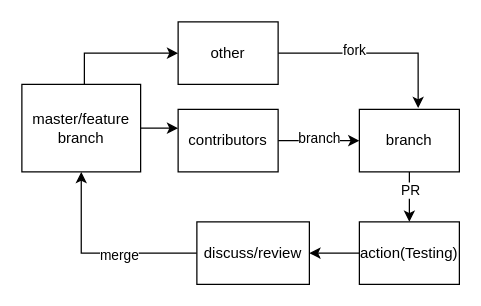
Before: git-flow.drawio in Dcell/drawio, a draw.io diagram. Source tidied: cells renumbered, new cells numbered last; positions are measured from the earlier drawing's top-left corner, leaving out a move shared by most shapes. Both pictures are drawn from the tidied source at 125%, with x=0, y=0 at pixel (21, 21).
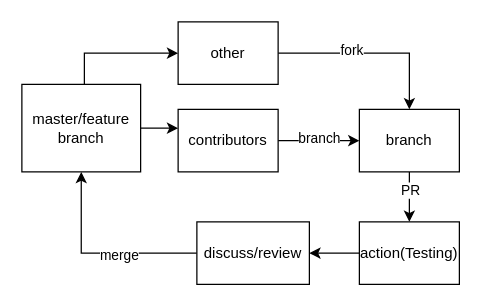
The same diagram, later.

Unchanged cells that the change refers to:
```xml
<mxCell id="7" value="other" style="rounded=0;whiteSpace=wrap;html=1;" parent="1" vertex="1">
  <mxGeometry x="125" width="80" height="50" as="geometry" />
</mxCell>
<mxCell id="13" value="branch" style="rounded=0;whiteSpace=wrap;html=1;" parent="1" vertex="1">
  <mxGeometry x="270" y="70" width="80" height="50" as="geometry" />
</mxCell>
```

What changed in the source:
```diff
@@
-    <mxCell id="5" style="edgeStyle=orthogonalEdgeStyle;rounded=0;jettySize=auto;html=1;entryX=0.588;entryY=-0.02;entryDx=0;entryDy=0;entryPerimeter=0;" parent="1" edge="1" source="7" target="13">
-      <mxGeometry relative="1" as="geometry" />
+    <mxCell id="5" style="edgeStyle=orthogonalEdgeStyle;rounded=0;jettySize=auto;html=1;entryX=0.5;entryY=0;entryDx=0;entryDy=0;" parent="1" edge="1" source="7" target="13">
+      <mxGeometry relative="1" as="geometry">
+        <Array as="points">
+          <mxPoint x="310" y="25" />
+        </Array>
+      </mxGeometry>
     </mxCell>
```
